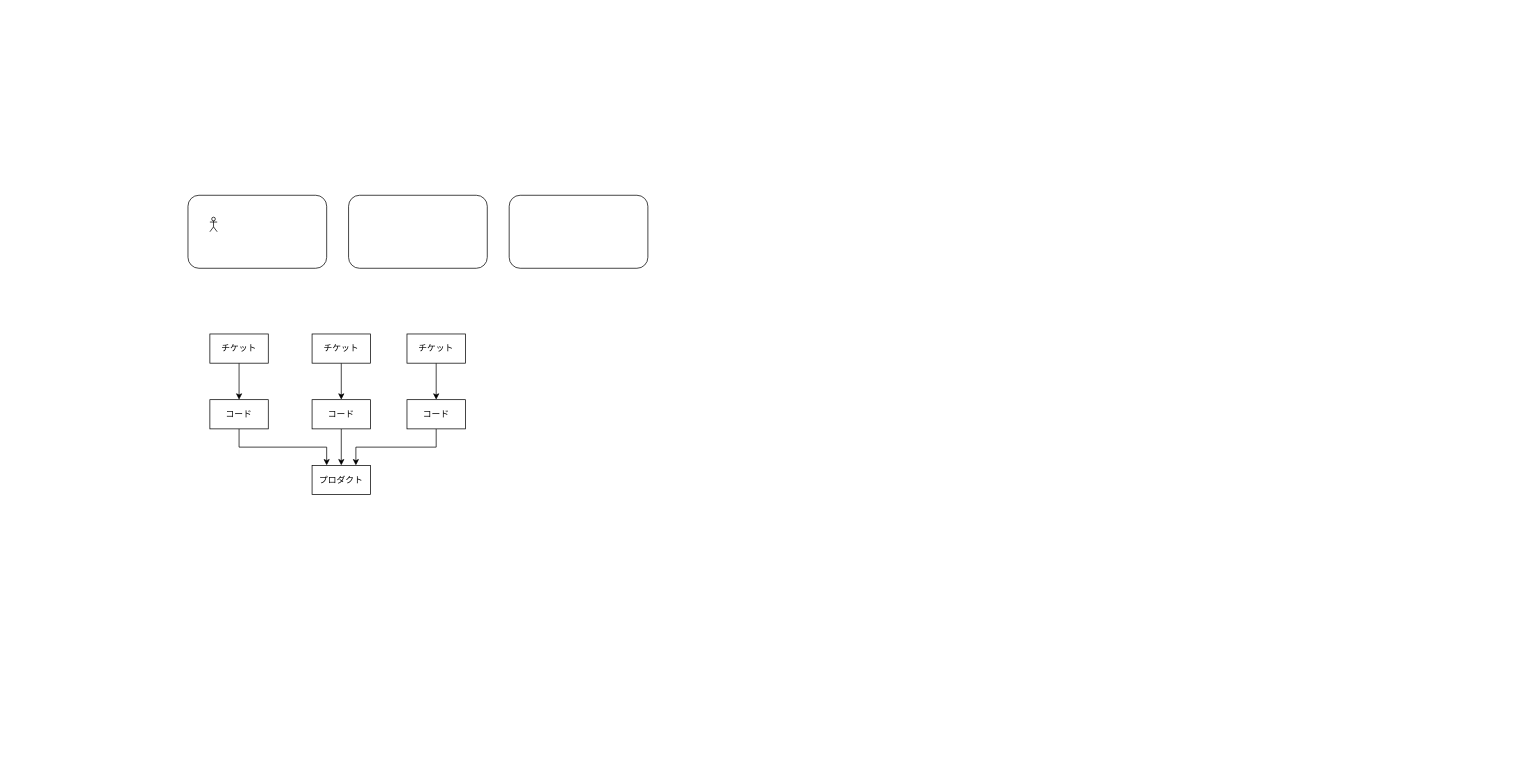
The draw.io diagram factors.drawio in hareiharei/factors_chart, before the edit. Source tidied: cells renumbered, new cells numbered last; positions are measured from the earlier drawing's top-left corner, leaving out a move shared by most shapes. Both pictures are drawn from the tidied source at 73%, with x=0, y=0 at pixel (188, 195).
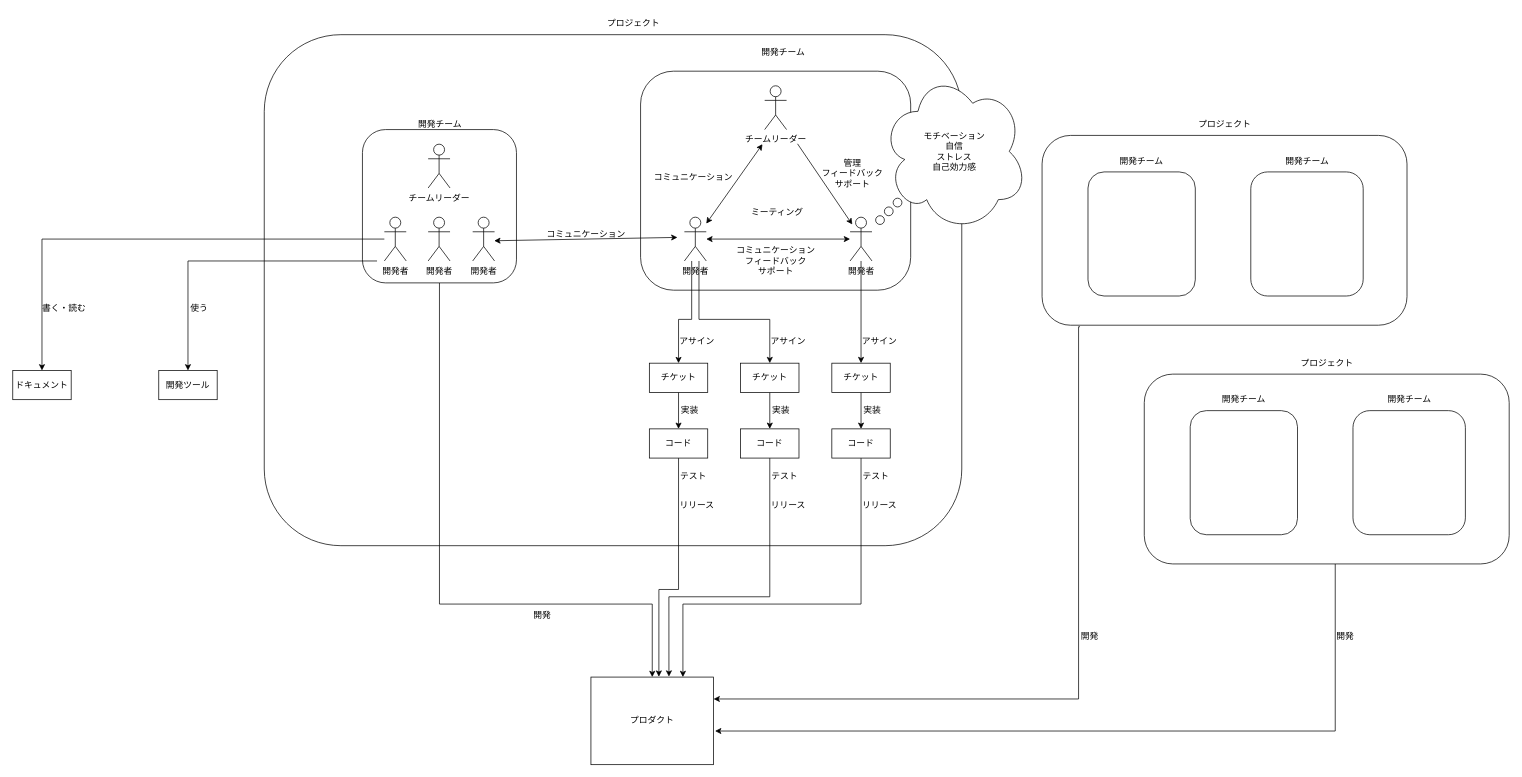
The same page after the edit.

Commit message (it also covers changes not shown here):
factors.drawio を更新します

Diff of the diagram source:
```diff
@@
     <mxCell id="2" style="rounded=1;whiteSpace=wrap;html=1;" parent="1" vertex="1">
-      <mxGeometry width="190" height="100" as="geometry" />
+      <mxGeometry x="104.5" y="-220" width="955.5" height="700" as="geometry" />
     </mxCell>
-    <mxCell id="3" style="shape=umlActor;verticalLabelPosition=bottom;verticalAlign=top;html=1;" parent="1" vertex="1">
-      <mxGeometry x="30" y="30" width="10" height="20" as="geometry" />
-    </mxCell>
+    <mxCell id="19" style="edgeStyle=orthogonalEdgeStyle;rounded=0;jettySize=auto;html=1;" parent="1" edge="1" source="4" target="9">
+      <mxGeometry relative="1" as="geometry">
+        <Array as="points">
+          <mxPoint x="344" y="560" />
+          <mxPoint x="636" y="560" />
+        </Array>
+      </mxGeometry>
+    </mxCell>
     <mxCell id="4" style="rounded=1;whiteSpace=wrap;html=1;" parent="1" vertex="1">
-      <mxGeometry x="220" width="190" height="100" as="geometry" />
+      <mxGeometry x="239" y="-90" width="211" height="210" as="geometry" />
     </mxCell>
-    <mxCell id="5" style="edgeStyle=orthogonalEdgeStyle;rounded=0;jettySize=auto;html=1;exitX=0.5;exitY=1;exitDx=0;exitDy=0;entryX=0.5;entryY=0;entryDx=0;entryDy=0;" parent="1" edge="1" source="6" target="8">
-      <mxGeometry relative="1" as="geometry" />
-    </mxCell>
-    <mxCell id="6" value="チケット" style="rounded=0;whiteSpace=wrap;html=1;" parent="1" vertex="1">
-      <mxGeometry x="30" y="190" width="80" height="40" as="geometry" />
-    </mxCell>
-    <mxCell id="7" style="edgeStyle=orthogonalEdgeStyle;rounded=0;jettySize=auto;html=1;exitX=0.5;exitY=1;exitDx=0;exitDy=0;entryX=0.25;entryY=0;entryDx=0;entryDy=0;" parent="1" edge="1" source="8" target="9">
-      <mxGeometry relative="1" as="geometry" />
-    </mxCell>
-    <mxCell id="8" value="コード" style="rounded=0;whiteSpace=wrap;html=1;" parent="1" vertex="1">
-      <mxGeometry x="30" y="280" width="80" height="40" as="geometry" />
-    </mxCell>
     <mxCell id="9" value="プロダクト" style="rounded=0;whiteSpace=wrap;html=1;" parent="1" vertex="1">
-      <mxGeometry x="170" y="370" width="80" height="40" as="geometry" />
+      <mxGeometry x="552" y="660" width="168" height="120" as="geometry" />
     </mxCell>
-    <mxCell id="10" style="edgeStyle=orthogonalEdgeStyle;rounded=0;jettySize=auto;html=1;exitX=0.5;exitY=1;exitDx=0;exitDy=0;entryX=0.5;entryY=0;entryDx=0;entryDy=0;" parent="1" edge="1" source="11" target="9">
-      <mxGeometry relative="1" as="geometry" />
-    </mxCell>
-    <mxCell id="11" value="コード" style="rounded=0;whiteSpace=wrap;html=1;" parent="1" vertex="1">
-      <mxGeometry x="170" y="280" width="80" height="40" as="geometry" />
-    </mxCell>
-    <mxCell id="12" style="edgeStyle=orthogonalEdgeStyle;rounded=0;jettySize=auto;html=1;exitX=0.5;exitY=1;exitDx=0;exitDy=0;entryX=0.75;entryY=0;entryDx=0;entryDy=0;" parent="1" edge="1" source="13" target="9">
-      <mxGeometry relative="1" as="geometry" />
-    </mxCell>
-    <mxCell id="13" value="コード" style="rounded=0;whiteSpace=wrap;html=1;" parent="1" vertex="1">
-      <mxGeometry x="300" y="280" width="80" height="40" as="geometry" />
-    </mxCell>
-    <mxCell id="14" style="edgeStyle=orthogonalEdgeStyle;rounded=0;jettySize=auto;html=1;exitX=0.5;exitY=1;exitDx=0;exitDy=0;entryX=0.5;entryY=0;entryDx=0;entryDy=0;" parent="1" edge="1" source="15" target="11">
-      <mxGeometry relative="1" as="geometry" />
-    </mxCell>
-    <mxCell id="15" value="チケット" style="rounded=0;whiteSpace=wrap;html=1;" parent="1" vertex="1">
-      <mxGeometry x="170" y="190" width="80" height="40" as="geometry" />
-    </mxCell>
-    <mxCell id="16" style="edgeStyle=orthogonalEdgeStyle;rounded=0;jettySize=auto;html=1;exitX=0.5;exitY=1;exitDx=0;exitDy=0;entryX=0.5;entryY=0;entryDx=0;entryDy=0;" parent="1" edge="1" source="17" target="13">
-      <mxGeometry relative="1" as="geometry" />
-    </mxCell>
-    <mxCell id="17" value="チケット" style="rounded=0;whiteSpace=wrap;html=1;" parent="1" vertex="1">
-      <mxGeometry x="300" y="190" width="80" height="40" as="geometry" />
-    </mxCell>
     <mxCell id="18" style="rounded=1;whiteSpace=wrap;html=1;" parent="1" vertex="1">
-      <mxGeometry x="440" width="190" height="100" as="geometry" />
+      <mxGeometry x="620" y="-170" width="370" height="300" as="geometry" />
     </mxCell>
+    <mxCell id="20" style="edgeStyle=orthogonalEdgeStyle;rounded=0;jettySize=auto;html=1;" parent="1" edge="1" source="22" target="39">
+      <mxGeometry relative="1" as="geometry" />
+    </mxCell>
+    <mxCell id="21" style="edgeStyle=orthogonalEdgeStyle;rounded=0;jettySize=auto;html=1;entryX=0.5;entryY=0;entryDx=0;entryDy=0;" parent="1" edge="1" target="41">
+      <mxGeometry relative="1" as="geometry">
+        <mxPoint x="259" y="90" as="sourcePoint" />
+        <Array as="points">
+          <mxPoint y="90" />
+        </Array>
+      </mxGeometry>
+    </mxCell>
+    <mxCell id="22" value="開発者" style="shape=umlActor;verticalLabelPosition=bottom;verticalAlign=top;html=1;outlineConnect=0;" parent="1" vertex="1">
+      <mxGeometry x="269" y="30" width="30" height="60" as="geometry" />
+    </mxCell>
+    <mxCell id="23" value="開発者" style="shape=umlActor;verticalLabelPosition=bottom;verticalAlign=top;html=1;" parent="1" vertex="1">
+      <mxGeometry x="329" y="30" width="30" height="60" as="geometry" />
+    </mxCell>
+    <mxCell id="24" value="開発者" style="shape=umlActor;verticalLabelPosition=bottom;verticalAlign=top;html=1;" parent="1" vertex="1">
+      <mxGeometry x="390" y="30" width="30" height="60" as="geometry" />
+    </mxCell>
+    <mxCell id="25" value="チームリーダー" style="shape=umlActor;verticalLabelPosition=bottom;verticalAlign=top;html=1;" parent="1" vertex="1">
+      <mxGeometry x="329" y="-70" width="30" height="60" as="geometry" />
+    </mxCell>
+    <mxCell id="26" value="開発チーム" style="text;html=1;align=center;verticalAlign=middle;strokeColor=none;fillColor=none;" parent="1" vertex="1">
+      <mxGeometry x="304.5" y="-112" width="80" height="30" as="geometry" />
+    </mxCell>
+    <mxCell id="27" style="edgeStyle=orthogonalEdgeStyle;rounded=0;jettySize=auto;html=1;" parent="1" edge="1" source="29" target="49">
+      <mxGeometry relative="1" as="geometry">
+        <Array as="points">
+          <mxPoint x="690" y="170" />
+          <mxPoint x="672" y="170" />
+        </Array>
+      </mxGeometry>
+    </mxCell>
+    <mxCell id="28" style="edgeStyle=orthogonalEdgeStyle;rounded=0;jettySize=auto;html=1;entryX=0.5;entryY=0;entryDx=0;entryDy=0;" parent="1" edge="1" source="29" target="57">
+      <mxGeometry relative="1" as="geometry">
+        <Array as="points">
+          <mxPoint x="700" y="170" />
+          <mxPoint x="797" y="170" />
+        </Array>
+      </mxGeometry>
+    </mxCell>
+    <mxCell id="29" value="開発者" style="shape=umlActor;verticalLabelPosition=bottom;verticalAlign=top;html=1;outlineConnect=0;" parent="1" vertex="1">
+      <mxGeometry x="680" y="30" width="30" height="60" as="geometry" />
+    </mxCell>
+    <mxCell id="30" style="edgeStyle=orthogonalEdgeStyle;rounded=0;jettySize=auto;html=1;" parent="1" edge="1" source="31" target="59">
+      <mxGeometry relative="1" as="geometry" />
+    </mxCell>
+    <mxCell id="31" value="開発者" style="shape=umlActor;verticalLabelPosition=bottom;verticalAlign=top;html=1;outlineConnect=0;" parent="1" vertex="1">
+      <mxGeometry x="907" y="30" width="30" height="60" as="geometry" />
+    </mxCell>
+    <mxCell id="32" value="チームリーダー" style="shape=umlActor;verticalLabelPosition=bottom;verticalAlign=top;html=1;" parent="1" vertex="1">
+      <mxGeometry x="790" y="-150" width="30" height="60" as="geometry" />
+    </mxCell>
+    <mxCell id="33" value="開発チーム" style="text;html=1;align=center;verticalAlign=middle;strokeColor=none;fillColor=none;" parent="1" vertex="1">
+      <mxGeometry x="775" y="-210" width="80" height="30" as="geometry" />
+    </mxCell>
+    <mxCell id="34" style="endArrow=classic;startArrow=classic;html=1;rounded=0;" parent="1" edge="1" target="31">
+      <mxGeometry relative="1" as="geometry">
+        <mxPoint x="710" y="60" as="sourcePoint" />
+      </mxGeometry>
+    </mxCell>
+    <mxCell id="35" style="endArrow=classic;html=1;rounded=0;" parent="1" edge="1">
+      <mxGeometry relative="1" as="geometry">
+        <mxPoint x="835" y="-70.5" as="sourcePoint" />
+        <mxPoint x="910" y="40" as="targetPoint" />
+      </mxGeometry>
+    </mxCell>
+    <mxCell id="36" style="endArrow=classic;startArrow=classic;html=1;rounded=0;exitX=0.995;exitY=0.572;exitDx=0;exitDy=0;exitPerimeter=0;" parent="1" edge="1">
+      <mxGeometry relative="1" as="geometry">
+        <mxPoint x="419.5" y="62.3" as="sourcePoint" />
+        <mxPoint x="670.5" y="57.7" as="targetPoint" />
+      </mxGeometry>
+    </mxCell>
+    <mxCell id="37" value="コミュニケーション&lt;div&gt;フィードバック&lt;/div&gt;&lt;div&gt;サポート&lt;/div&gt;" style="text;html=1;align=center;verticalAlign=middle;strokeColor=none;fillColor=none;" parent="1" vertex="1">
+      <mxGeometry x="740" y="60" width="130" height="60" as="geometry" />
+    </mxCell>
+    <mxCell id="38" value="コミュニケーション" style="text;html=1;align=center;verticalAlign=middle;strokeColor=none;fillColor=none;" parent="1" vertex="1">
+      <mxGeometry x="480" y="38" width="130" height="30" as="geometry" />
+    </mxCell>
+    <mxCell id="39" value="ドキュメント" style="rounded=0;whiteSpace=wrap;html=1;" parent="1" vertex="1">
+      <mxGeometry x="-240" y="240" width="80" height="40" as="geometry" />
+    </mxCell>
+    <mxCell id="40" value="書く・読む" style="text;html=1;align=center;verticalAlign=middle;strokeColor=none;fillColor=none;" parent="1" vertex="1">
+      <mxGeometry x="-210" y="140" width="80" height="30" as="geometry" />
+    </mxCell>
+    <mxCell id="41" value="開発ツール" style="rounded=0;whiteSpace=wrap;html=1;" parent="1" vertex="1">
+      <mxGeometry x="-40" y="240" width="80" height="40" as="geometry" />
+    </mxCell>
+    <mxCell id="42" value="使う" style="text;html=1;align=center;verticalAlign=middle;strokeColor=none;fillColor=none;" parent="1" vertex="1">
+      <mxGeometry x="-10" y="140" width="50" height="30" as="geometry" />
+    </mxCell>
+    <mxCell id="43" value="ミーティング" style="text;html=1;align=center;verticalAlign=middle;strokeColor=none;fillColor=none;" parent="1" vertex="1">
+      <mxGeometry x="757" y="8" width="100" height="30" as="geometry" />
+    </mxCell>
+    <mxCell id="44" value="管理&lt;div&gt;フィードバック&lt;/div&gt;&lt;div&gt;サポート&lt;/div&gt;" style="text;html=1;align=center;verticalAlign=middle;strokeColor=none;fillColor=none;" parent="1" vertex="1">
+      <mxGeometry x="855" y="-60" width="110" height="60" as="geometry" />
+    </mxCell>
+    <mxCell id="45" style="endArrow=classic;startArrow=classic;html=1;rounded=0;" parent="1" edge="1" source="29">
+      <mxGeometry relative="1" as="geometry">
+        <mxPoint x="787" y="-70" as="targetPoint" />
+      </mxGeometry>
+    </mxCell>
+    <mxCell id="46" value="コミュニケーション" style="text;html=1;align=center;verticalAlign=middle;strokeColor=none;fillColor=none;" parent="1" vertex="1">
+      <mxGeometry x="627" y="-40" width="130" height="30" as="geometry" />
+    </mxCell>
+    <mxCell id="47" value="プロジェクト" style="text;html=1;align=center;verticalAlign=middle;strokeColor=none;fillColor=none;" parent="1" vertex="1">
+      <mxGeometry x="560" y="-250" width="100" height="30" as="geometry" />
+    </mxCell>
+    <mxCell id="48" style="edgeStyle=orthogonalEdgeStyle;rounded=0;jettySize=auto;html=1;exitX=0.5;exitY=1;exitDx=0;exitDy=0;entryX=0.5;entryY=0;entryDx=0;entryDy=0;" parent="1" edge="1" source="49" target="51">
+      <mxGeometry relative="1" as="geometry" />
+    </mxCell>
+    <mxCell id="49" value="チケット" style="rounded=0;whiteSpace=wrap;html=1;" parent="1" vertex="1">
+      <mxGeometry x="632" y="230" width="80" height="40" as="geometry" />
+    </mxCell>
+    <mxCell id="50" style="edgeStyle=orthogonalEdgeStyle;rounded=0;jettySize=auto;html=1;entryX=0.554;entryY=-0.004;entryDx=0;entryDy=0;entryPerimeter=0;" parent="1" edge="1" source="51" target="9">
+      <mxGeometry relative="1" as="geometry">
+        <Array as="points">
+          <mxPoint x="672" y="540" />
+          <mxPoint x="645" y="540" />
+        </Array>
+      </mxGeometry>
+    </mxCell>
+    <mxCell id="51" value="コード" style="rounded=0;whiteSpace=wrap;html=1;" parent="1" vertex="1">
+      <mxGeometry x="632" y="320" width="80" height="40" as="geometry" />
+    </mxCell>
+    <mxCell id="52" style="edgeStyle=orthogonalEdgeStyle;rounded=0;jettySize=auto;html=1;exitX=0.5;exitY=1;exitDx=0;exitDy=0;entryX=0.636;entryY=-0.005;entryDx=0;entryDy=0;entryPerimeter=0;" parent="1" edge="1" source="53" target="9">
+      <mxGeometry relative="1" as="geometry">
+        <Array as="points">
+          <mxPoint x="797" y="550" />
+          <mxPoint x="659" y="550" />
+        </Array>
+      </mxGeometry>
+    </mxCell>
+    <mxCell id="53" value="コード" style="rounded=0;whiteSpace=wrap;html=1;" parent="1" vertex="1">
+      <mxGeometry x="757" y="320" width="80" height="40" as="geometry" />
+    </mxCell>
+    <mxCell id="54" style="edgeStyle=orthogonalEdgeStyle;rounded=0;jettySize=auto;html=1;exitX=0.5;exitY=1;exitDx=0;exitDy=0;entryX=0.75;entryY=0;entryDx=0;entryDy=0;" parent="1" edge="1" source="55" target="9">
+      <mxGeometry relative="1" as="geometry">
+        <Array as="points">
+          <mxPoint x="922" y="560" />
+          <mxPoint x="678" y="560" />
+        </Array>
+      </mxGeometry>
+    </mxCell>
+    <mxCell id="55" value="コード" style="rounded=0;whiteSpace=wrap;html=1;" parent="1" vertex="1">
+      <mxGeometry x="882" y="320" width="80" height="40" as="geometry" />
+    </mxCell>
+    <mxCell id="56" style="edgeStyle=orthogonalEdgeStyle;rounded=0;jettySize=auto;html=1;exitX=0.5;exitY=1;exitDx=0;exitDy=0;entryX=0.5;entryY=0;entryDx=0;entryDy=0;" parent="1" edge="1" source="57" target="53">
+      <mxGeometry relative="1" as="geometry" />
+    </mxCell>
+    <mxCell id="57" value="チケット" style="rounded=0;whiteSpace=wrap;html=1;" parent="1" vertex="1">
+      <mxGeometry x="757" y="230" width="80" height="40" as="geometry" />
+    </mxCell>
+    <mxCell id="58" style="edgeStyle=orthogonalEdgeStyle;rounded=0;jettySize=auto;html=1;exitX=0.5;exitY=1;exitDx=0;exitDy=0;entryX=0.5;entryY=0;entryDx=0;entryDy=0;" parent="1" edge="1" source="59" target="55">
+      <mxGeometry relative="1" as="geometry" />
+    </mxCell>
+    <mxCell id="59" value="チケット" style="rounded=0;whiteSpace=wrap;html=1;" parent="1" vertex="1">
+      <mxGeometry x="882" y="230" width="80" height="40" as="geometry" />
+    </mxCell>
+    <mxCell id="60" value="実装" style="text;html=1;align=center;verticalAlign=middle;strokeColor=none;fillColor=none;" parent="1" vertex="1">
+      <mxGeometry x="662" y="280" width="50" height="30" as="geometry" />
+    </mxCell>
+    <mxCell id="61" value="実装" style="text;html=1;align=center;verticalAlign=middle;strokeColor=none;fillColor=none;" parent="1" vertex="1">
+      <mxGeometry x="787" y="280" width="50" height="30" as="geometry" />
+    </mxCell>
+    <mxCell id="62" value="実装" style="text;html=1;align=center;verticalAlign=middle;strokeColor=none;fillColor=none;" parent="1" vertex="1">
+      <mxGeometry x="912" y="280" width="50" height="30" as="geometry" />
+    </mxCell>
+    <mxCell id="63" value="テスト" style="text;html=1;align=center;verticalAlign=middle;strokeColor=none;fillColor=none;" parent="1" vertex="1">
+      <mxGeometry x="912" y="370" width="60" height="30" as="geometry" />
+    </mxCell>
+    <mxCell id="64" value="リリース" style="text;html=1;align=center;verticalAlign=middle;strokeColor=none;fillColor=none;" parent="1" vertex="1">
+      <mxGeometry x="912" y="410" width="70" height="30" as="geometry" />
+    </mxCell>
+    <mxCell id="65" value="テスト" style="text;html=1;align=center;verticalAlign=middle;strokeColor=none;fillColor=none;" parent="1" vertex="1">
+      <mxGeometry x="787" y="370" width="60" height="30" as="geometry" />
+    </mxCell>
+    <mxCell id="66" value="リリース" style="text;html=1;align=center;verticalAlign=middle;strokeColor=none;fillColor=none;" parent="1" vertex="1">
+      <mxGeometry x="787" y="410" width="70" height="30" as="geometry" />
+    </mxCell>
+    <mxCell id="67" value="リリース" style="text;html=1;align=center;verticalAlign=middle;strokeColor=none;fillColor=none;" parent="1" vertex="1">
+      <mxGeometry x="662" y="410" width="70" height="30" as="geometry" />
+    </mxCell>
+    <mxCell id="68" value="テスト" style="text;html=1;align=center;verticalAlign=middle;strokeColor=none;fillColor=none;" parent="1" vertex="1">
+      <mxGeometry x="662" y="370" width="60" height="30" as="geometry" />
+    </mxCell>
+    <mxCell id="69" value="アサイン" style="text;html=1;align=center;verticalAlign=middle;strokeColor=none;fillColor=none;" parent="1" vertex="1">
+      <mxGeometry x="787" y="185" width="70" height="30" as="geometry" />
+    </mxCell>
+    <mxCell id="70" value="アサイン" style="text;html=1;align=center;verticalAlign=middle;strokeColor=none;fillColor=none;" parent="1" vertex="1">
+      <mxGeometry x="912" y="185" width="70" height="30" as="geometry" />
+    </mxCell>
+    <mxCell id="71" value="アサイン" style="text;html=1;align=center;verticalAlign=middle;strokeColor=none;fillColor=none;" parent="1" vertex="1">
+      <mxGeometry x="662" y="185" width="70" height="30" as="geometry" />
+    </mxCell>
+    <mxCell id="72" style="edgeStyle=orthogonalEdgeStyle;rounded=0;jettySize=auto;html=1;exitX=0.104;exitY=1.008;exitDx=0;exitDy=0;exitPerimeter=0;" parent="1" edge="1" source="73">
+      <mxGeometry relative="1" as="geometry">
+        <mxPoint x="720" y="690" as="targetPoint" />
+        <Array as="points">
+          <mxPoint x="1220" y="180" />
+          <mxPoint x="1220" y="690" />
+          <mxPoint x="720" y="690" />
+        </Array>
+      </mxGeometry>
+    </mxCell>
+    <mxCell id="73" style="rounded=1;whiteSpace=wrap;html=1;" parent="1" vertex="1">
+      <mxGeometry x="1170" y="-82" width="499.9" height="260" as="geometry" />
+    </mxCell>
+    <mxCell id="74" style="rounded=1;whiteSpace=wrap;html=1;" parent="1" vertex="1">
+      <mxGeometry x="1232.9" y="-32" width="147" height="170" as="geometry" />
+    </mxCell>
+    <mxCell id="75" style="rounded=1;whiteSpace=wrap;html=1;" parent="1" vertex="1">
+      <mxGeometry x="1455.9" y="-32" width="154" height="170" as="geometry" />
+    </mxCell>
+    <mxCell id="76" value="プロジェクト" style="text;html=1;align=center;verticalAlign=middle;strokeColor=none;fillColor=none;" parent="1" vertex="1">
+      <mxGeometry x="1369.9" y="-112" width="100" height="30" as="geometry" />
+    </mxCell>
+    <mxCell id="77" value="開発チーム" style="text;html=1;align=center;verticalAlign=middle;strokeColor=none;fillColor=none;" parent="1" vertex="1">
+      <mxGeometry x="1266.4" y="-62" width="80" height="30" as="geometry" />
+    </mxCell>
+    <mxCell id="78" value="開発チーム" style="text;html=1;align=center;verticalAlign=middle;strokeColor=none;fillColor=none;" parent="1" vertex="1">
+      <mxGeometry x="1492.9" y="-62" width="80" height="30" as="geometry" />
+    </mxCell>
+    <mxCell id="79" style="edgeStyle=orthogonalEdgeStyle;rounded=0;orthogonalLoop=1;jettySize=auto;html=1;entryX=1.014;entryY=0.616;entryDx=0;entryDy=0;entryPerimeter=0;" parent="1" edge="1">
+      <mxGeometry relative="1" as="geometry">
+        <mxPoint x="1571.6" y="505" as="sourcePoint" />
+        <mxPoint x="722" y="733.9" as="targetPoint" />
+        <Array as="points">
+          <mxPoint x="1572" y="734" />
+        </Array>
+      </mxGeometry>
+    </mxCell>
+    <mxCell id="80" style="rounded=1;whiteSpace=wrap;html=1;" parent="1" vertex="1">
+      <mxGeometry x="1310" y="245" width="499.9" height="260" as="geometry" />
+    </mxCell>
+    <mxCell id="81" style="rounded=1;whiteSpace=wrap;html=1;" parent="1" vertex="1">
+      <mxGeometry x="1372.9" y="295" width="147" height="170" as="geometry" />
+    </mxCell>
+    <mxCell id="82" style="rounded=1;whiteSpace=wrap;html=1;" parent="1" vertex="1">
+      <mxGeometry x="1595.9" y="295" width="154" height="170" as="geometry" />
+    </mxCell>
+    <mxCell id="83" value="プロジェクト" style="text;html=1;align=center;verticalAlign=middle;strokeColor=none;fillColor=none;" parent="1" vertex="1">
+      <mxGeometry x="1509.9" y="215" width="100" height="30" as="geometry" />
+    </mxCell>
+    <mxCell id="84" value="開発チーム" style="text;html=1;align=center;verticalAlign=middle;strokeColor=none;fillColor=none;" parent="1" vertex="1">
+      <mxGeometry x="1406.4" y="265" width="80" height="30" as="geometry" />
+    </mxCell>
+    <mxCell id="85" value="開発チーム" style="text;html=1;align=center;verticalAlign=middle;strokeColor=none;fillColor=none;" parent="1" vertex="1">
+      <mxGeometry x="1632.9" y="265" width="80" height="30" as="geometry" />
+    </mxCell>
+    <mxCell id="86" value="開発" style="text;html=1;align=center;verticalAlign=middle;strokeColor=none;fillColor=none;" parent="1" vertex="1">
+      <mxGeometry x="1210" y="590" width="50" height="30" as="geometry" />
+    </mxCell>
+    <mxCell id="87" value="開発" style="text;html=1;align=center;verticalAlign=middle;strokeColor=none;fillColor=none;" parent="1" vertex="1">
+      <mxGeometry x="1559.9" y="590" width="50" height="30" as="geometry" />
+    </mxCell>
+    <mxCell id="88" value="モチベーション&lt;div&gt;自信&lt;/div&gt;&lt;div&gt;ストレス&lt;/div&gt;&lt;div&gt;自己効力感&lt;/div&gt;" style="ellipse;shape=cloud;whiteSpace=wrap;html=1;" parent="1" vertex="1">
+      <mxGeometry x="950" y="-170" width="200" height="220" as="geometry" />
+    </mxCell>
+    <mxCell id="89" style="ellipse;whiteSpace=wrap;html=1;" parent="1" vertex="1">
+      <mxGeometry x="942" y="28" width="12" height="12" as="geometry" />
+    </mxCell>
+    <mxCell id="90" style="ellipse;whiteSpace=wrap;html=1;" parent="1" vertex="1">
+      <mxGeometry x="954" y="16" width="12" height="12" as="geometry" />
+    </mxCell>
+    <mxCell id="91" style="ellipse;whiteSpace=wrap;html=1;" parent="1" vertex="1">
+      <mxGeometry x="966" y="4" width="12" height="12" as="geometry" />
+    </mxCell>
+    <mxCell id="92" value="開発" style="text;html=1;align=center;verticalAlign=middle;strokeColor=none;fillColor=none;" parent="1" vertex="1">
+      <mxGeometry x="460" y="560" width="50" height="30" as="geometry" />
+    </mxCell>
```
